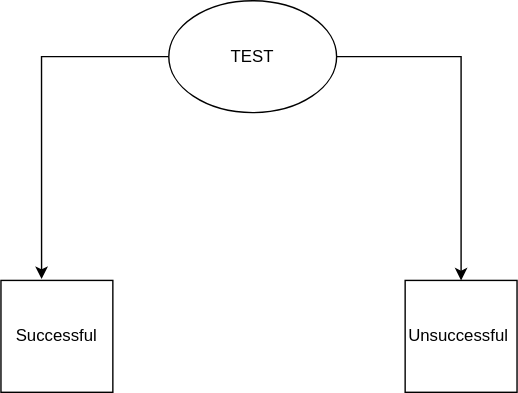
The draw.io diagram Untitled Diagram.drawio.svg in abhinavrana101/Notes, before a commit. Source tidied: cells renumbered, new cells last; positions are measured from the earlier drawing's top-left corner, leaving out a move shared by most shapes.
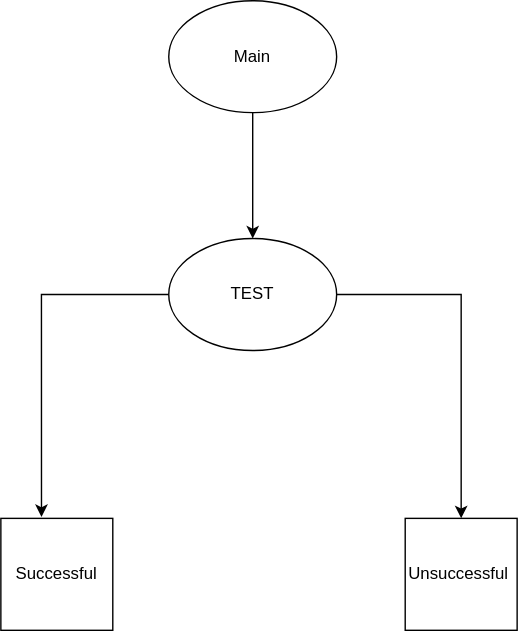
The same file after the commit.

Diff of the diagram source:
```diff
@@ -17,5 +17,11 @@
     <mxCell id="6" value="Unsuccessful&amp;nbsp;" style="whiteSpace=wrap;html=1;" parent="1" vertex="1">
       <mxGeometry x="289" y="200" width="80" height="80" as="geometry" />
     </mxCell>
+    <mxCell id="7" style="edgeStyle=orthogonalEdgeStyle;rounded=0;jettySize=auto;html=1;" parent="1" edge="1" source="8" target="4">
+      <mxGeometry relative="1" as="geometry" />
+    </mxCell>
+    <mxCell id="8" value="Main" style="ellipse;whiteSpace=wrap;html=1;" parent="1" vertex="1">
+      <mxGeometry x="120" y="-170" width="120" height="80" as="geometry" />
+    </mxCell>
   </root>
 </mxGraphModel>
```
